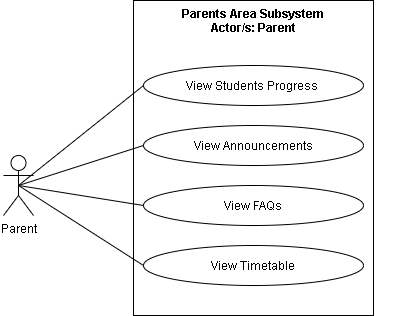
Earlier version of the draw.io export REVISIONS/UML-DIAGRAMS/6-9-2021/USE CASE/3 - PARENTS AREA.png (mrklglsn/CAPSTONE-FILES). Source tidied: cells renumbered, new cells last; positions are measured from the earlier drawing's top-left corner, leaving out a move shared by most shapes. The source it was exported from:
```xml
<mxGraphModel>
  <root>
    <mxCell id="0" />
    <mxCell id="1" parent="0" />
    <mxCell id="2" style="html=1;fillColor=none;" parent="1" vertex="1">
      <mxGeometry x="130" width="240" height="315" as="geometry" />
    </mxCell>
    <mxCell id="3" style="edgeStyle=none;rounded=0;jumpStyle=arc;jumpSize=14;jettySize=auto;html=1;exitX=0.5;exitY=0.5;exitDx=0;exitDy=0;exitPerimeter=0;entryX=0;entryY=0.5;entryDx=0;entryDy=0;startArrow=none;startFill=0;endArrow=none;endFill=0;startSize=11;endSize=11;" parent="1" edge="1" source="7" target="9">
      <mxGeometry relative="1" as="geometry" />
    </mxCell>
    <mxCell id="4" style="edgeStyle=none;rounded=0;jumpStyle=arc;jumpSize=14;jettySize=auto;html=1;exitX=0.5;exitY=0.5;exitDx=0;exitDy=0;exitPerimeter=0;entryX=0;entryY=0.5;entryDx=0;entryDy=0;endArrow=none;endFill=0;startSize=9;endSize=11;" parent="1" edge="1" source="7" target="10">
      <mxGeometry relative="1" as="geometry" />
    </mxCell>
    <mxCell id="5" style="edgeStyle=none;rounded=0;jumpStyle=arc;jumpSize=14;jettySize=auto;html=1;exitX=0.5;exitY=0.5;exitDx=0;exitDy=0;exitPerimeter=0;entryX=0;entryY=0.5;entryDx=0;entryDy=0;endArrow=none;endFill=0;startSize=9;endSize=11;" parent="1" edge="1" source="7" target="11">
      <mxGeometry relative="1" as="geometry" />
    </mxCell>
    <mxCell id="6" style="edgeStyle=none;rounded=0;jumpStyle=arc;jumpSize=14;jettySize=auto;html=1;exitX=0.5;exitY=0.5;exitDx=0;exitDy=0;exitPerimeter=0;entryX=0;entryY=0.5;entryDx=0;entryDy=0;endArrow=none;endFill=0;startSize=9;endSize=11;" parent="1" edge="1" source="7" target="12">
      <mxGeometry relative="1" as="geometry" />
    </mxCell>
    <mxCell id="7" value="Parent" style="shape=umlActor;verticalLabelPosition=bottom;verticalAlign=top;html=1;fillColor=none;" parent="1" vertex="1">
      <mxGeometry y="155" width="30" height="60" as="geometry" />
    </mxCell>
    <mxCell id="8" value="Parents Area Subsystem&#10;Actor/s: Parent" style="text;align=center;fontStyle=1;verticalAlign=middle;spacingLeft=3;spacingRight=3;strokeColor=none;fillColor=none;" parent="1" vertex="1">
      <mxGeometry x="90" y="5" width="320" height="30" as="geometry" />
    </mxCell>
    <mxCell id="9" value="View Students Progress&amp;nbsp;" style="ellipse;whiteSpace=wrap;html=1;fillColor=none;" parent="1" vertex="1">
      <mxGeometry x="140" y="65" width="220" height="40" as="geometry" />
    </mxCell>
    <mxCell id="10" value="View Announcements" style="ellipse;whiteSpace=wrap;html=1;fillColor=none;" parent="1" vertex="1">
      <mxGeometry x="140" y="125" width="220" height="40" as="geometry" />
    </mxCell>
    <mxCell id="11" value="View FAQs" style="ellipse;whiteSpace=wrap;html=1;fillColor=none;" parent="1" vertex="1">
      <mxGeometry x="140" y="185" width="220" height="40" as="geometry" />
    </mxCell>
    <mxCell id="12" value="View Timetable" style="ellipse;whiteSpace=wrap;html=1;fillColor=none;" parent="1" vertex="1">
      <mxGeometry x="140" y="245" width="220" height="40" as="geometry" />
    </mxCell>
  </root>
</mxGraphModel>
```
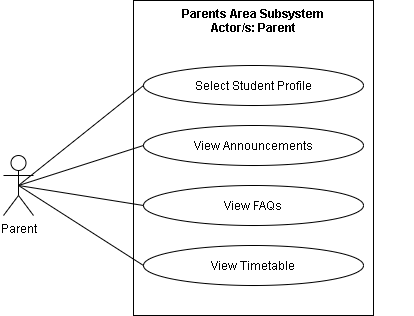
Above is the later version.

Commit message:
use case

Change to the diagram source:
```diff
@@ -23,7 +23,7 @@
     <mxCell id="8" value="Parents Area Subsystem&#10;Actor/s: Parent" style="text;align=center;fontStyle=1;verticalAlign=middle;spacingLeft=3;spacingRight=3;strokeColor=none;fillColor=none;" parent="1" vertex="1">
       <mxGeometry x="90" y="5" width="320" height="30" as="geometry" />
     </mxCell>
-    <mxCell id="9" value="View Students Progress&amp;nbsp;" style="ellipse;whiteSpace=wrap;html=1;fillColor=none;" parent="1" vertex="1">
+    <mxCell id="9" value="Select Student Profile" style="ellipse;whiteSpace=wrap;html=1;fillColor=none;" parent="1" vertex="1">
       <mxGeometry x="140" y="65" width="220" height="40" as="geometry" />
     </mxCell>
     <mxCell id="10" value="View Announcements" style="ellipse;whiteSpace=wrap;html=1;fillColor=none;" parent="1" vertex="1">
```
